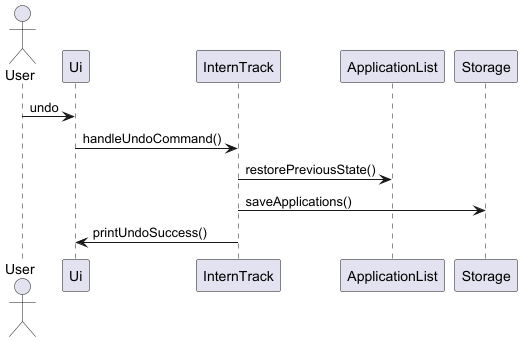
Before: docs/diagrams/undo_sequence_diag.png, a diagram exported from PlantUML (hykzr/tp).
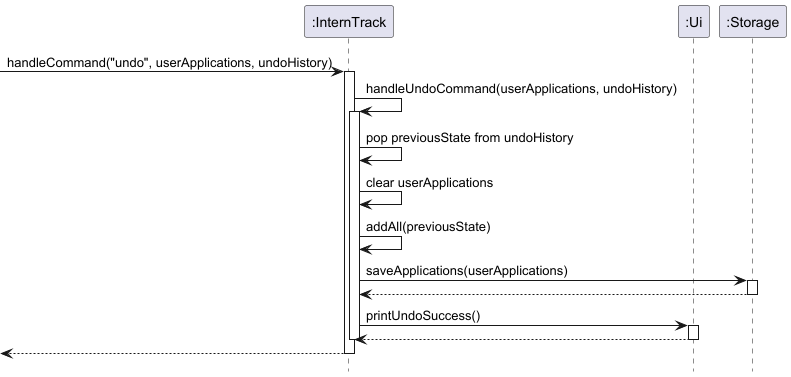
After the change.

Commit message:
Seq Diagrams

The edit, as a diff of the source:
```diff
@@ -1,14 +1,30 @@
 @startuml
-actor User
-participant Ui
-participant InternTrack
-participant ApplicationList
-participant Storage
+hide footbox
 
-User -> Ui : undo
-Ui -> InternTrack : handleUndoCommand()
-InternTrack -> ApplicationList : restorePreviousState()
-InternTrack -> Storage : saveApplications()
+participant ":InternTrack" as InternTrack
+participant ":Ui" as Ui
+participant ":Storage" as Storage
+
+[-> InternTrack : handleCommand("undo", userApplications, undoHistory)
+activate InternTrack
+
+InternTrack -> InternTrack : handleUndoCommand(userApplications, undoHistory)
+activate InternTrack
+InternTrack -> InternTrack : pop previousState from undoHistory
+InternTrack -> InternTrack : clear userApplications
+InternTrack -> InternTrack : addAll(previousState)
+
+InternTrack -> Storage : saveApplications(userApplications)
+activate Storage
+Storage --> InternTrack
+deactivate Storage
+
 InternTrack -> Ui : printUndoSuccess()
+activate Ui
+Ui --> InternTrack
+deactivate Ui
 
+deactivate InternTrack
+[<-- InternTrack
+deactivate InternTrack
 @enduml
```
